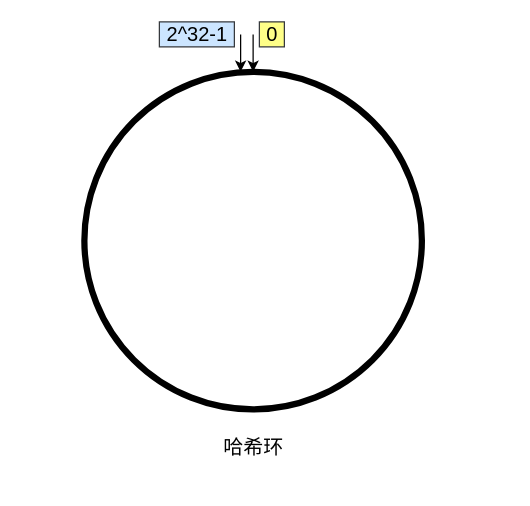
Before: 操作系统/哈希环.drawio in xiaolincoder/ImageHost4, a draw.io diagram. Source tidied: cells renumbered, new cells numbered last; positions are measured from the earlier drawing's top-left corner, leaving out a move shared by most shapes. Both pictures are drawn from the tidied source at 125%, with x=0, y=0 at pixel (84, 21).
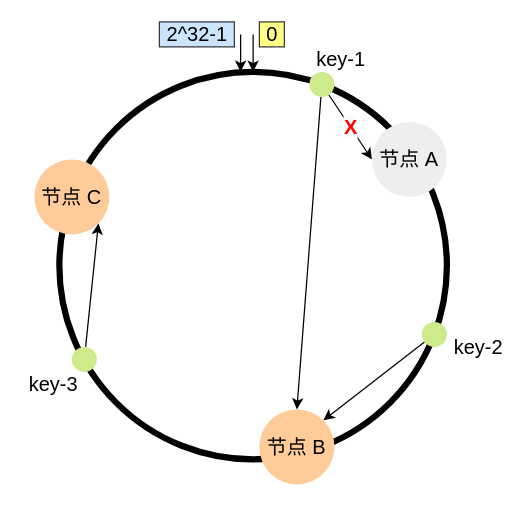
After the change.

Change to the diagram source:
```diff
@@
     <mxCell id="2" style="ellipse;whiteSpace=wrap;html=1;strokeWidth=5;fontSize=16;" parent="1" vertex="1">
-      <mxGeometry y="40" width="270" height="270" as="geometry" />
+      <mxGeometry x="-20" y="40" width="310" height="310" as="geometry" />
     </mxCell>
@@
-    <mxCell id="7" value="哈希环" style="text;html=1;align=center;verticalAlign=middle;strokeColor=none;fillColor=none;fontSize=16;" parent="1" vertex="1">
-      <mxGeometry x="105" y="330" width="60" height="20" as="geometry" />
-    </mxCell>
+    <mxCell id="8" value="节点 A" style="ellipse;whiteSpace=wrap;html=1;fontSize=16;strokeWidth=5;fillColor=#eeeeee;strokeColor=none;" parent="1" vertex="1">
+      <mxGeometry x="230" y="80" width="60" height="60" as="geometry" />
+    </mxCell>
+    <mxCell id="9" value="节点 B" style="ellipse;whiteSpace=wrap;html=1;fontSize=16;strokeWidth=5;fillColor=#ffcc99;strokeColor=none;" parent="1" vertex="1">
+      <mxGeometry x="140" y="310" width="60" height="60" as="geometry" />
+    </mxCell>
+    <mxCell id="10" value="节点 C" style="ellipse;whiteSpace=wrap;html=1;fontSize=16;strokeWidth=5;fillColor=#ffcc99;strokeColor=none;" parent="1" vertex="1">
+      <mxGeometry x="-40" y="110" width="60" height="60" as="geometry" />
+    </mxCell>
+    <mxCell id="11" style="rounded=0;jettySize=auto;html=1;entryX=1;entryY=0;entryDx=0;entryDy=0;fontSize=16;" parent="1" edge="1" source="12" target="9">
+      <mxGeometry relative="1" as="geometry" />
+    </mxCell>
+    <mxCell id="12" style="ellipse;whiteSpace=wrap;html=1;fontSize=16;strokeWidth=5;fillColor=#cdeb8b;strokeColor=none;" parent="1" vertex="1">
+      <mxGeometry x="270" y="240" width="20" height="20" as="geometry" />
+    </mxCell>
+    <mxCell id="13" value="key-2" style="text;html=1;align=center;verticalAlign=middle;strokeColor=none;fillColor=none;fontSize=16;" parent="1" vertex="1">
+      <mxGeometry x="290" y="250" width="50" height="20" as="geometry" />
+    </mxCell>
+    <mxCell id="14" style="edgeStyle=none;rounded=0;jettySize=auto;html=1;entryX=1;entryY=1;entryDx=0;entryDy=0;fontSize=16;" parent="1" edge="1" source="15" target="10">
+      <mxGeometry relative="1" as="geometry" />
+    </mxCell>
+    <mxCell id="15" style="ellipse;whiteSpace=wrap;html=1;fontSize=16;strokeWidth=5;fillColor=#cdeb8b;strokeColor=none;" parent="1" vertex="1">
+      <mxGeometry x="-10" y="260" width="20" height="20" as="geometry" />
+    </mxCell>
+    <mxCell id="16" value="key-3" style="text;html=1;align=center;verticalAlign=middle;strokeColor=none;fillColor=none;fontSize=16;" parent="1" vertex="1">
+      <mxGeometry x="-50" y="280" width="50" height="20" as="geometry" />
+    </mxCell>
+    <mxCell id="17" value="&lt;span style=&quot;color: rgb(255, 0, 0); font-family: helvetica; font-size: 16px; font-style: normal; font-weight: bold; letter-spacing: normal; text-align: center; text-indent: 0px; text-transform: none; word-spacing: 0px; background-color: rgb(248, 249, 250); text-decoration: none; display: inline; float: none;&quot;&gt;X&lt;/span&gt;" style="edgeStyle=none;rounded=0;jettySize=auto;html=1;entryX=0;entryY=0.5;entryDx=0;entryDy=0;fontSize=16;" parent="1" edge="1" source="19" target="8">
+      <mxGeometry relative="1" as="geometry" />
+    </mxCell>
+    <mxCell id="18" style="edgeStyle=none;rounded=0;jettySize=auto;html=1;entryX=0.5;entryY=0;entryDx=0;entryDy=0;fontSize=16;fontColor=#FF0000;" parent="1" edge="1" source="19" target="9">
+      <mxGeometry relative="1" as="geometry" />
+    </mxCell>
+    <mxCell id="19" style="ellipse;whiteSpace=wrap;html=1;fontSize=16;strokeWidth=5;fillColor=#cdeb8b;strokeColor=none;" parent="1" vertex="1">
+      <mxGeometry x="180" y="40" width="20" height="20" as="geometry" />
+    </mxCell>
+    <mxCell id="20" value="key-1" style="text;html=1;align=center;verticalAlign=middle;strokeColor=none;fillColor=none;fontSize=16;" parent="1" vertex="1">
+      <mxGeometry x="180" y="20" width="50" height="20" as="geometry" />
+    </mxCell>
```
